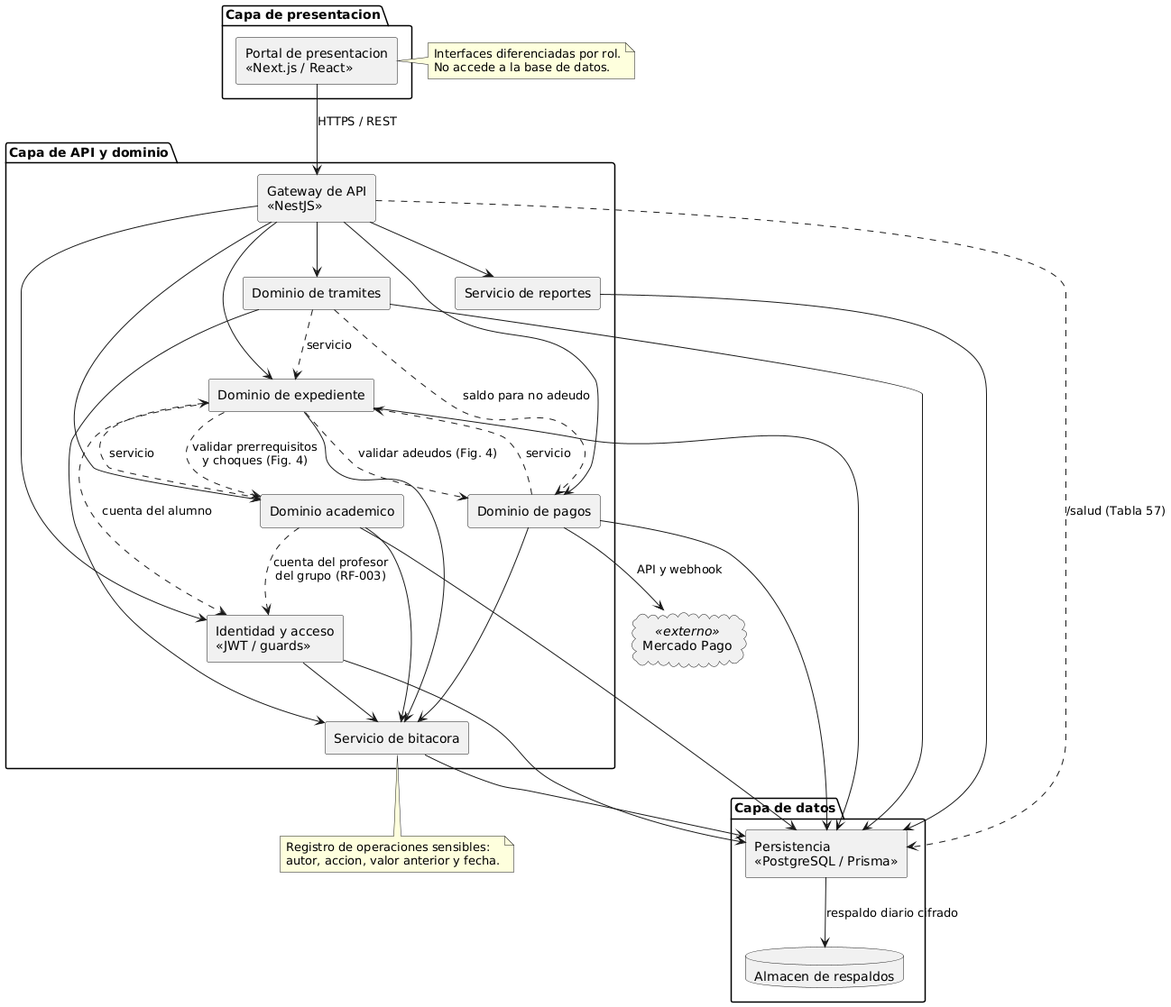
Earlier version of the PlantUML export docs/arquitectura/render/fig02-componentes.png (fjmp-dev/sce-control-escolar).
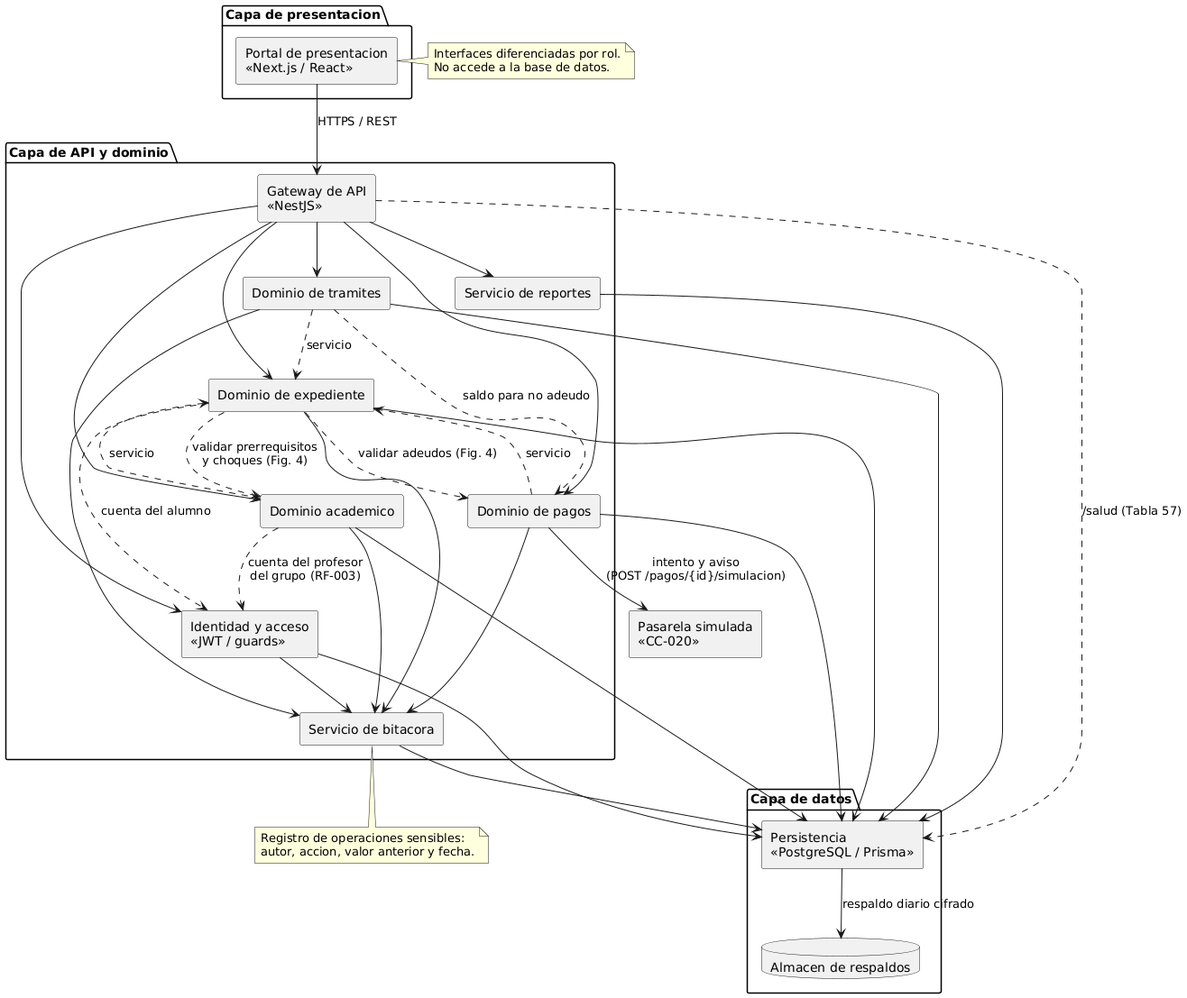
Later version of the same file.

The edit, as a diff of the source:
```diff
@@ -22,7 +22,7 @@
   database "Almacen de respaldos" as BKP
 }
 
-cloud "Mercado Pago" as MP <<externo>>
+[Pasarela simulada\n<<CC-020>>] as MP
 
 PORTAL --> GW : HTTPS / REST
 GW --> IAM
@@ -45,7 +45,7 @@
 SREP --> PERS
 IAM --> PERS
 
-DPAG --> MP : API y webhook
+DPAG --> MP : intento y aviso\n(POST /pagos/{id}/simulacion)
 PERS --> BKP : respaldo diario cifrado
 
 DACA ..> DEXP : servicio
```
